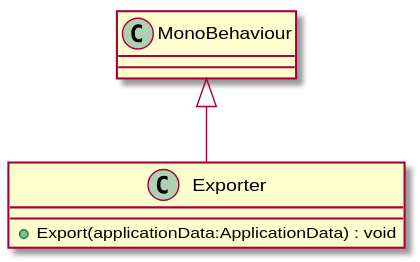
Earlier version of the PlantUML export UML/Exporter.svg (Emanuelsoniax/AudioSequencer). Its diagram source:
```plantuml
@startuml
class Exporter {
    + Export(applicationData:ApplicationData) : void
}
MonoBehaviour <|-- Exporter
@enduml
```
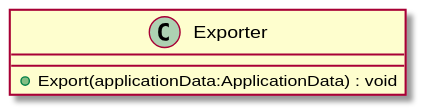
Above is the later version.

The edit, as a diff of the source:
```diff
@@ -2,5 +2,4 @@
 class Exporter {
     + Export(applicationData:ApplicationData) : void
 }
-MonoBehaviour <|-- Exporter
 @enduml
```
